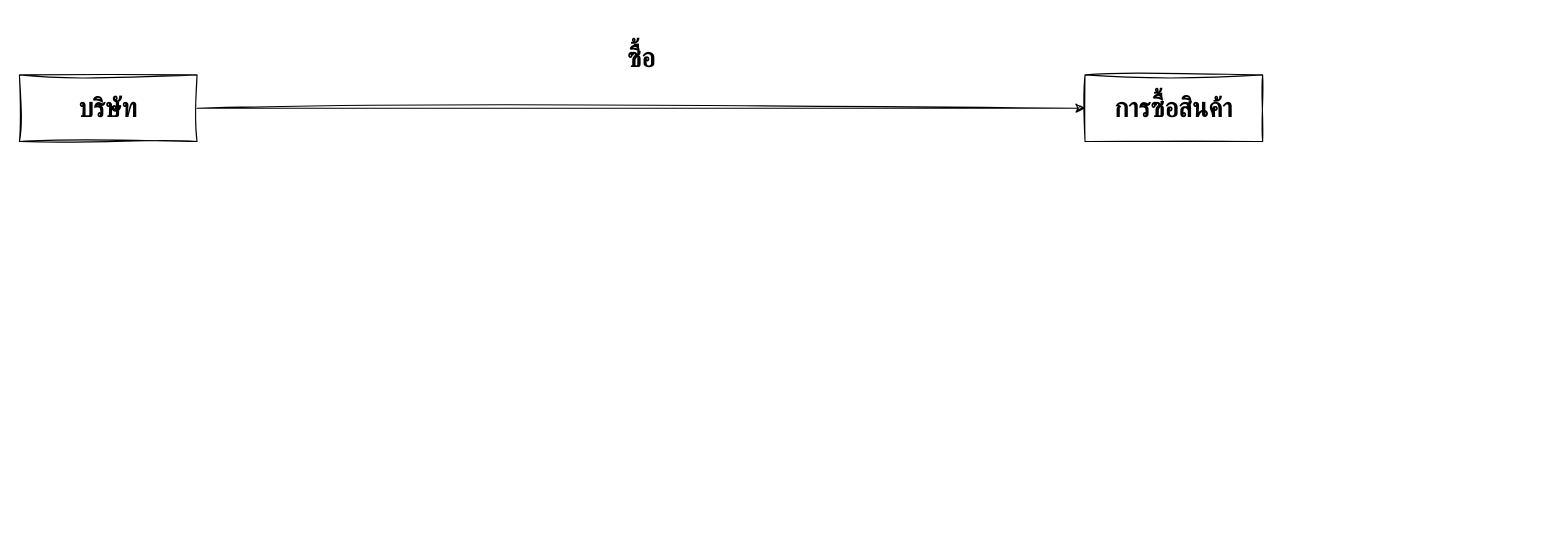
Faelayis/CMRU-Lab-Learn keeps this draw.io diagram as COM-1602/04-12-66/2-3_Diagram.drawio. Above is the earlier version. Source tidied: cells renumbered, new cells numbered last; positions are measured from the earlier drawing's top-left corner, leaving out a move shared by most shapes. Both pictures are drawn from the tidied source at 111%, with x=0, y=0 at pixel (19, 19).
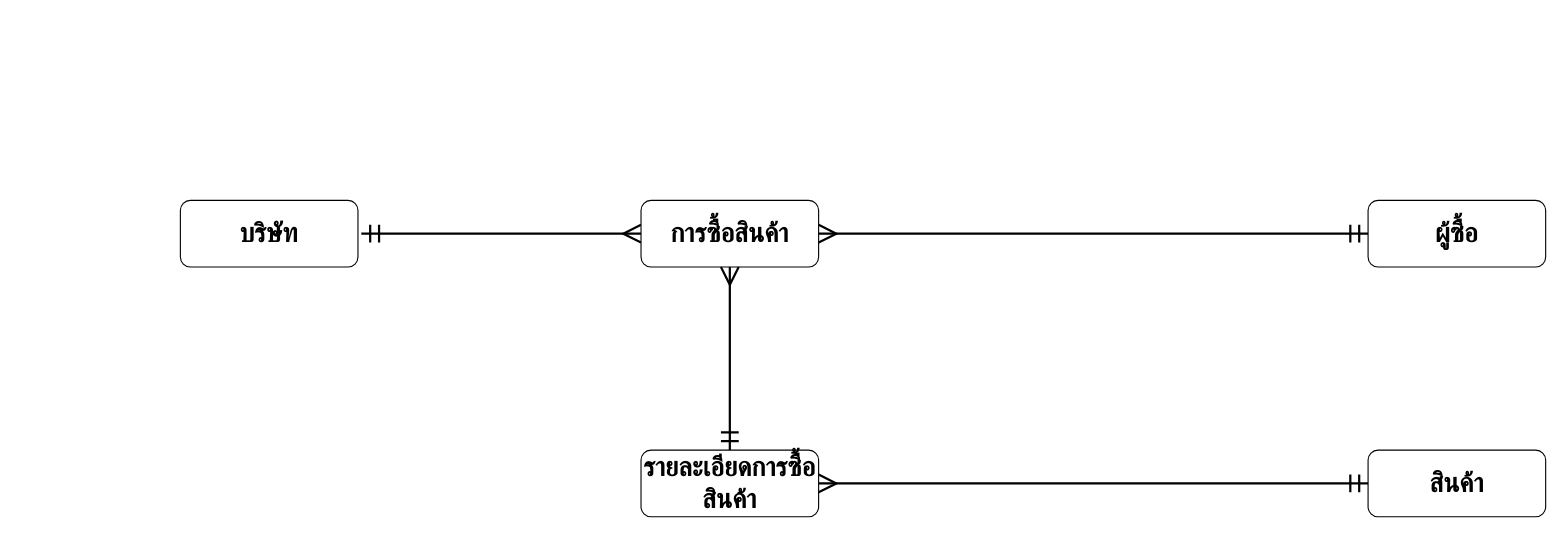
The same page after the edit.

Change to the diagram source:
```diff
@@
 <mxGraphModel>
   <root>
     <mxCell id="0" />
     <mxCell id="1" parent="0" />
-    <mxCell id="2" style="edgeStyle=orthogonalEdgeStyle;rounded=0;jettySize=auto;html=1;entryX=0;entryY=0.5;entryDx=0;entryDy=0;sketch=1;curveFitting=1;jiggle=2;" parent="1" edge="1" source="3" target="4">
+    <mxCell id="2" style="edgeStyle=orthogonalEdgeStyle;rounded=1;jettySize=auto;html=1;entryX=0;entryY=0.5;entryDx=0;entryDy=0;startSize=13;sourcePerimeterSpacing=3;startArrow=ERmandOne;startFill=0;endArrow=ERmany;endFill=0;strokeWidth=2;endSize=13;targetPerimeterSpacing=3;" parent="1" edge="1" source="3" target="4">
       <mxGeometry relative="1" as="geometry" />
     </mxCell>
-    <mxCell id="3" value="&lt;h1&gt;บริษัท&lt;/h1&gt;" style="rounded=0;whiteSpace=wrap;html=1;sketch=1;curveFitting=1;jiggle=2;" parent="1" vertex="1">
-      <mxGeometry y="50" width="160" height="60" as="geometry" />
+    <mxCell id="3" value="&lt;h1&gt;บริษัท&lt;/h1&gt;" style="rounded=1;whiteSpace=wrap;html=1;" parent="1" vertex="1">
+      <mxGeometry x="145" y="163" width="160" height="60" as="geometry" />
     </mxCell>
+    <mxCell id="6" style="edgeStyle=orthogonalEdgeStyle;rounded=1;jettySize=auto;html=1;endArrow=ERmandOne;endFill=0;startArrow=ERmany;startFill=0;endSize=13;startSize=13;strokeWidth=2;" parent="1" edge="1" source="4" target="7">
+      <mxGeometry relative="1" as="geometry" />
+    </mxCell>
-    <mxCell id="4" value="&lt;h1&gt;การซื้อสินค้า&lt;/h1&gt;" style="rounded=0;whiteSpace=wrap;html=1;sketch=1;curveFitting=1;jiggle=2;" parent="1" vertex="1">
-      <mxGeometry x="960" y="50" width="160" height="60" as="geometry" />
+    <mxCell id="4" value="&lt;h1&gt;การซื้อสินค้า&lt;/h1&gt;" style="rounded=1;whiteSpace=wrap;html=1;" parent="1" vertex="1">
+      <mxGeometry x="560" y="163" width="160" height="60" as="geometry" />
     </mxCell>
-    <mxCell id="5" value="&lt;h1&gt;ซื้อ&lt;/h1&gt;" style="text;html=1;align=center;verticalAlign=middle;strokeColor=none;fillColor=none;rounded=0;sketch=1;curveFitting=1;jiggle=2;" parent="1" vertex="1">
-      <mxGeometry x="530" width="60" height="70" as="geometry" />
-    </mxCell>
+    <mxCell id="7" value="&lt;h1&gt;ผู้ซื้อ&lt;/h1&gt;" style="rounded=1;whiteSpace=wrap;html=1;" parent="1" vertex="1">
+      <mxGeometry x="1215" y="163" width="160" height="60" as="geometry" />
+    </mxCell>
+    <mxCell id="8" value="&lt;h1&gt;สินค้า&lt;br&gt;&lt;/h1&gt;" style="rounded=1;whiteSpace=wrap;html=1;" parent="1" vertex="1">
+      <mxGeometry x="1215" y="388" width="160" height="60" as="geometry" />
+    </mxCell>
+    <mxCell id="9" style="edgeStyle=orthogonalEdgeStyle;rounded=1;jettySize=auto;html=1;endArrow=ERmany;endFill=0;strokeWidth=2;endSize=13;startSize=13;startArrow=ERmandOne;startFill=0;" parent="1" edge="1" source="11" target="4">
+      <mxGeometry relative="1" as="geometry" />
+    </mxCell>
+    <mxCell id="10" style="edgeStyle=orthogonalEdgeStyle;rounded=1;jettySize=auto;html=1;entryX=0;entryY=0.5;entryDx=0;entryDy=0;strokeWidth=2;endSize=13;startSize=13;startArrow=ERmany;startFill=0;endArrow=ERmandOne;endFill=0;" parent="1" edge="1" source="11" target="8">
+      <mxGeometry relative="1" as="geometry" />
+    </mxCell>
+    <mxCell id="11" value="&lt;h1&gt;รายละเอียดการซื้อสินค้า&lt;br&gt;&lt;/h1&gt;" style="rounded=1;whiteSpace=wrap;html=1;" parent="1" vertex="1">
+      <mxGeometry x="560" y="388" width="160" height="60" as="geometry" />
+    </mxCell>
   </root>
 </mxGraphModel>
```
